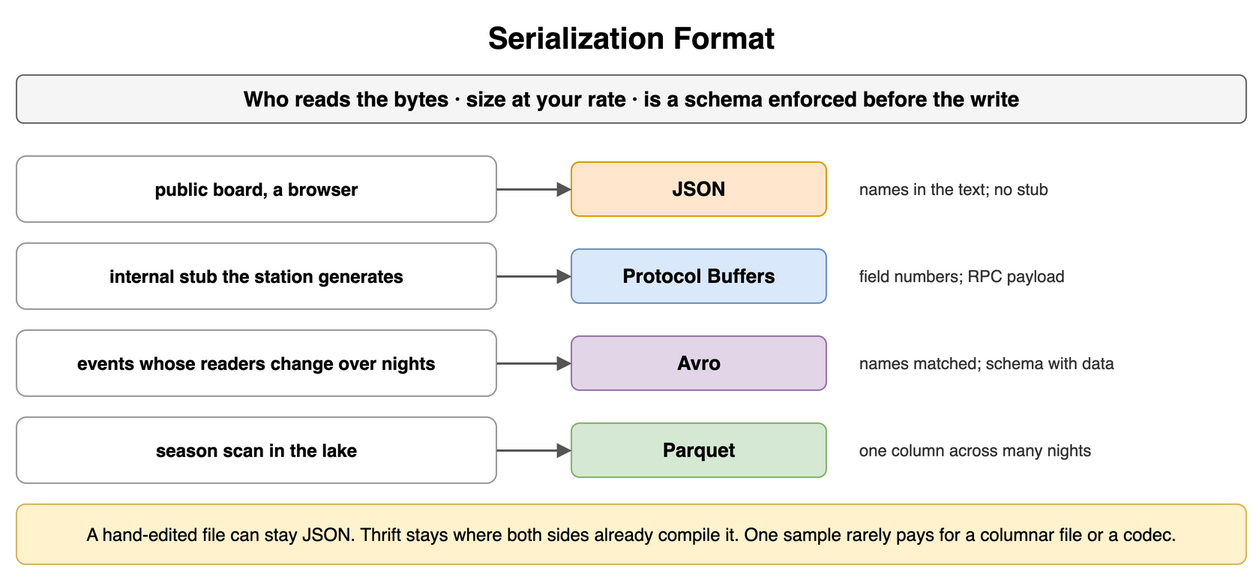
Earlier version of the draw.io export content/09_System_Design_Interview/14_Encoding_Serialization_and_Schema_Evolution/diagrams/encoding-6-serialization-format.png (amendez13/swe-study-guide). Source tidied: cells renumbered, new cells last; positions are measured from the earlier drawing's top-left corner, leaving out a move shared by most shapes. Its diagram source:
```xml
<mxGraphModel>
  <root>
    <mxCell id="0" />
    <mxCell id="1" parent="0" />
    <mxCell id="2" value="Serialization Format" style="text;html=1;align=center;verticalAlign=middle;whiteSpace=wrap;fontSize=20;fontStyle=1;" parent="1" vertex="1">
      <mxGeometry width="820" height="30" as="geometry" />
    </mxCell>
    <mxCell id="3" value="Who reads the bytes · size at your rate · is a schema enforced before the write" style="rounded=1;whiteSpace=wrap;html=1;fillColor=#f5f5f5;strokeColor=#666666;fontStyle=1;fontSize=14;" parent="1" vertex="1">
      <mxGeometry y="40" width="820" height="32" as="geometry" />
    </mxCell>
    <mxCell id="4" value="public board, a browser" style="rounded=1;whiteSpace=wrap;html=1;fillColor=#ffffff;strokeColor=#999999;fontSize=12;align=center;fontStyle=1;" parent="1" vertex="1">
      <mxGeometry y="94" width="320" height="44" as="geometry" />
    </mxCell>
    <mxCell id="5" value="JSON" style="rounded=1;whiteSpace=wrap;html=1;fillColor=#ffe6cc;strokeColor=#d79b00;fontSize=13;align=center;fontStyle=1;" parent="1" vertex="1">
      <mxGeometry x="370" y="98" width="170" height="36" as="geometry" />
    </mxCell>
    <mxCell id="6" style="endArrow=block;endSize=6;html=1;strokeWidth=1.5;strokeColor=#555555;fontSize=11;labelBackgroundColor=#ffffff;" parent="1" edge="1" source="4" target="5">
      <mxGeometry relative="1" as="geometry" />
    </mxCell>
    <mxCell id="7" value="names in the text; no stub" style="text;html=1;whiteSpace=wrap;fontSize=11;align=left;verticalAlign=middle;fontSize=11;fontColor=#333333;" parent="1" vertex="1">
      <mxGeometry x="560" y="94" width="260" height="44" as="geometry" />
    </mxCell>
    <mxCell id="8" value="internal stub the station generates" style="rounded=1;whiteSpace=wrap;html=1;fillColor=#ffffff;strokeColor=#999999;fontSize=12;align=center;fontStyle=1;" parent="1" vertex="1">
      <mxGeometry y="152" width="320" height="44" as="geometry" />
    </mxCell>
    <mxCell id="9" value="Protocol Buffers" style="rounded=1;whiteSpace=wrap;html=1;fillColor=#dae8fc;strokeColor=#6c8ebf;fontSize=13;align=center;fontStyle=1;" parent="1" vertex="1">
      <mxGeometry x="370" y="156" width="170" height="36" as="geometry" />
    </mxCell>
    <mxCell id="10" style="endArrow=block;endSize=6;html=1;strokeWidth=1.5;strokeColor=#555555;fontSize=11;labelBackgroundColor=#ffffff;" parent="1" edge="1" source="8" target="9">
      <mxGeometry relative="1" as="geometry" />
    </mxCell>
    <mxCell id="11" value="field numbers; RPC payload" style="text;html=1;whiteSpace=wrap;fontSize=11;align=left;verticalAlign=middle;fontSize=11;fontColor=#333333;" parent="1" vertex="1">
      <mxGeometry x="560" y="152" width="260" height="44" as="geometry" />
    </mxCell>
    <mxCell id="12" value="events whose readers change over nights" style="rounded=1;whiteSpace=wrap;html=1;fillColor=#ffffff;strokeColor=#999999;fontSize=12;align=center;fontStyle=1;" parent="1" vertex="1">
      <mxGeometry y="210" width="320" height="44" as="geometry" />
    </mxCell>
    <mxCell id="13" value="Avro" style="rounded=1;whiteSpace=wrap;html=1;fillColor=#e1d5e7;strokeColor=#9673a6;fontSize=13;align=center;fontStyle=1;" parent="1" vertex="1">
      <mxGeometry x="370" y="214" width="170" height="36" as="geometry" />
    </mxCell>
    <mxCell id="14" style="endArrow=block;endSize=6;html=1;strokeWidth=1.5;strokeColor=#555555;fontSize=11;labelBackgroundColor=#ffffff;" parent="1" edge="1" source="12" target="13">
      <mxGeometry relative="1" as="geometry" />
    </mxCell>
    <mxCell id="15" value="names matched; schema with data" style="text;html=1;whiteSpace=wrap;fontSize=11;align=left;verticalAlign=middle;fontSize=11;fontColor=#333333;" parent="1" vertex="1">
      <mxGeometry x="560" y="210" width="260" height="44" as="geometry" />
    </mxCell>
    <mxCell id="16" value="season scan in the lake" style="rounded=1;whiteSpace=wrap;html=1;fillColor=#ffffff;strokeColor=#999999;fontSize=12;align=center;fontStyle=1;" parent="1" vertex="1">
      <mxGeometry y="268" width="320" height="44" as="geometry" />
    </mxCell>
    <mxCell id="17" value="Parquet" style="rounded=1;whiteSpace=wrap;html=1;fillColor=#d5e8d4;strokeColor=#82b366;fontSize=13;align=center;fontStyle=1;" parent="1" vertex="1">
      <mxGeometry x="370" y="272" width="170" height="36" as="geometry" />
    </mxCell>
    <mxCell id="18" style="endArrow=block;endSize=6;html=1;strokeWidth=1.5;strokeColor=#555555;fontSize=11;labelBackgroundColor=#ffffff;" parent="1" edge="1" source="16" target="17">
      <mxGeometry relative="1" as="geometry" />
    </mxCell>
    <mxCell id="19" value="one column across many nights" style="text;html=1;whiteSpace=wrap;fontSize=11;align=left;verticalAlign=middle;fontSize=11;fontColor=#333333;" parent="1" vertex="1">
      <mxGeometry x="560" y="268" width="260" height="44" as="geometry" />
    </mxCell>
    <mxCell id="20" value="A hand-edited file can stay JSON. Thrift stays where both sides already compile it. One sample rarely pays for a columnar file or a codec." style="rounded=1;whiteSpace=wrap;html=1;fillColor=#fff2cc;strokeColor=#d6b656;fontSize=12;align=center;" parent="1" vertex="1">
      <mxGeometry y="326" width="820" height="40" as="geometry" />
    </mxCell>
  </root>
</mxGraphModel>
```
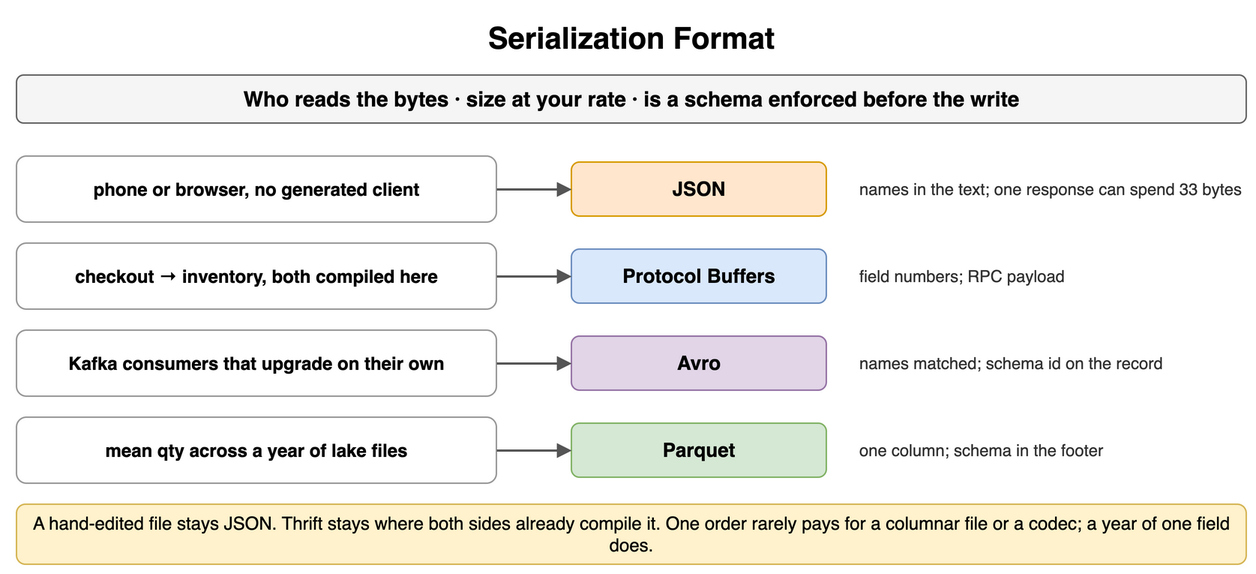
The same diagram one commit later.

What changed in the source:
```diff
@@ -8,7 +8,7 @@
     <mxCell id="3" value="Who reads the bytes · size at your rate · is a schema enforced before the write" style="rounded=1;whiteSpace=wrap;html=1;fillColor=#f5f5f5;strokeColor=#666666;fontStyle=1;fontSize=14;" parent="1" vertex="1">
       <mxGeometry y="40" width="820" height="32" as="geometry" />
     </mxCell>
-    <mxCell id="4" value="public board, a browser" style="rounded=1;whiteSpace=wrap;html=1;fillColor=#ffffff;strokeColor=#999999;fontSize=12;align=center;fontStyle=1;" parent="1" vertex="1">
+    <mxCell id="4" value="phone or browser, no generated client" style="rounded=1;whiteSpace=wrap;html=1;fillColor=#ffffff;strokeColor=#999999;fontSize=12;align=center;fontStyle=1;" parent="1" vertex="1">
       <mxGeometry y="94" width="320" height="44" as="geometry" />
     </mxCell>
     <mxCell id="5" value="JSON" style="rounded=1;whiteSpace=wrap;html=1;fillColor=#ffe6cc;strokeColor=#d79b00;fontSize=13;align=center;fontStyle=1;" parent="1" vertex="1">
@@ -17,10 +17,10 @@
     <mxCell id="6" style="endArrow=block;endSize=6;html=1;strokeWidth=1.5;strokeColor=#555555;fontSize=11;labelBackgroundColor=#ffffff;" parent="1" edge="1" source="4" target="5">
       <mxGeometry relative="1" as="geometry" />
     </mxCell>
-    <mxCell id="7" value="names in the text; no stub" style="text;html=1;whiteSpace=wrap;fontSize=11;align=left;verticalAlign=middle;fontSize=11;fontColor=#333333;" parent="1" vertex="1">
+    <mxCell id="7" value="names in the text; one response can spend 33 bytes" style="text;html=1;whiteSpace=wrap;fontSize=11;align=left;verticalAlign=middle;fontSize=11;fontColor=#333333;" parent="1" vertex="1">
       <mxGeometry x="560" y="94" width="260" height="44" as="geometry" />
     </mxCell>
-    <mxCell id="8" value="internal stub the station generates" style="rounded=1;whiteSpace=wrap;html=1;fillColor=#ffffff;strokeColor=#999999;fontSize=12;align=center;fontStyle=1;" parent="1" vertex="1">
+    <mxCell id="8" value="checkout → inventory, both compiled here" style="rounded=1;whiteSpace=wrap;html=1;fillColor=#ffffff;strokeColor=#999999;fontSize=12;align=center;fontStyle=1;" parent="1" vertex="1">
       <mxGeometry y="152" width="320" height="44" as="geometry" />
     </mxCell>
     <mxCell id="9" value="Protocol Buffers" style="rounded=1;whiteSpace=wrap;html=1;fillColor=#dae8fc;strokeColor=#6c8ebf;fontSize=13;align=center;fontStyle=1;" parent="1" vertex="1">
@@ -32,7 +32,7 @@
     <mxCell id="11" value="field numbers; RPC payload" style="text;html=1;whiteSpace=wrap;fontSize=11;align=left;verticalAlign=middle;fontSize=11;fontColor=#333333;" parent="1" vertex="1">
       <mxGeometry x="560" y="152" width="260" height="44" as="geometry" />
     </mxCell>
-    <mxCell id="12" value="events whose readers change over nights" style="rounded=1;whiteSpace=wrap;html=1;fillColor=#ffffff;strokeColor=#999999;fontSize=12;align=center;fontStyle=1;" parent="1" vertex="1">
+    <mxCell id="12" value="Kafka consumers that upgrade on their own" style="rounded=1;whiteSpace=wrap;html=1;fillColor=#ffffff;strokeColor=#999999;fontSize=12;align=center;fontStyle=1;" parent="1" vertex="1">
       <mxGeometry y="210" width="320" height="44" as="geometry" />
     </mxCell>
     <mxCell id="13" value="Avro" style="rounded=1;whiteSpace=wrap;html=1;fillColor=#e1d5e7;strokeColor=#9673a6;fontSize=13;align=center;fontStyle=1;" parent="1" vertex="1">
@@ -41,10 +41,10 @@
     <mxCell id="14" style="endArrow=block;endSize=6;html=1;strokeWidth=1.5;strokeColor=#555555;fontSize=11;labelBackgroundColor=#ffffff;" parent="1" edge="1" source="12" target="13">
       <mxGeometry relative="1" as="geometry" />
     </mxCell>
-    <mxCell id="15" value="names matched; schema with data" style="text;html=1;whiteSpace=wrap;fontSize=11;align=left;verticalAlign=middle;fontSize=11;fontColor=#333333;" parent="1" vertex="1">
+    <mxCell id="15" value="names matched; schema id on the record" style="text;html=1;whiteSpace=wrap;fontSize=11;align=left;verticalAlign=middle;fontSize=11;fontColor=#333333;" parent="1" vertex="1">
       <mxGeometry x="560" y="210" width="260" height="44" as="geometry" />
     </mxCell>
-    <mxCell id="16" value="season scan in the lake" style="rounded=1;whiteSpace=wrap;html=1;fillColor=#ffffff;strokeColor=#999999;fontSize=12;align=center;fontStyle=1;" parent="1" vertex="1">
+    <mxCell id="16" value="mean qty across a year of lake files" style="rounded=1;whiteSpace=wrap;html=1;fillColor=#ffffff;strokeColor=#999999;fontSize=12;align=center;fontStyle=1;" parent="1" vertex="1">
       <mxGeometry y="268" width="320" height="44" as="geometry" />
     </mxCell>
     <mxCell id="17" value="Parquet" style="rounded=1;whiteSpace=wrap;html=1;fillColor=#d5e8d4;strokeColor=#82b366;fontSize=13;align=center;fontStyle=1;" parent="1" vertex="1">
@@ -53,10 +53,10 @@
     <mxCell id="18" style="endArrow=block;endSize=6;html=1;strokeWidth=1.5;strokeColor=#555555;fontSize=11;labelBackgroundColor=#ffffff;" parent="1" edge="1" source="16" target="17">
       <mxGeometry relative="1" as="geometry" />
     </mxCell>
-    <mxCell id="19" value="one column across many nights" style="text;html=1;whiteSpace=wrap;fontSize=11;align=left;verticalAlign=middle;fontSize=11;fontColor=#333333;" parent="1" vertex="1">
+    <mxCell id="19" value="one column; schema in the footer" style="text;html=1;whiteSpace=wrap;fontSize=11;align=left;verticalAlign=middle;fontSize=11;fontColor=#333333;" parent="1" vertex="1">
       <mxGeometry x="560" y="268" width="260" height="44" as="geometry" />
     </mxCell>
-    <mxCell id="20" value="A hand-edited file can stay JSON. Thrift stays where both sides already compile it. One sample rarely pays for a columnar file or a codec." style="rounded=1;whiteSpace=wrap;html=1;fillColor=#fff2cc;strokeColor=#d6b656;fontSize=12;align=center;" parent="1" vertex="1">
+    <mxCell id="20" value="A hand-edited file stays JSON. Thrift stays where both sides already compile it. One order rarely pays for a columnar file or a codec; a year of one field does." style="rounded=1;whiteSpace=wrap;html=1;fillColor=#fff2cc;strokeColor=#d6b656;fontSize=12;align=center;" parent="1" vertex="1">
       <mxGeometry y="326" width="820" height="40" as="geometry" />
     </mxCell>
   </root>
```
